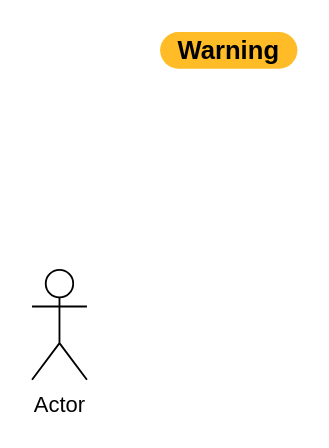
The draw.io diagram gohana-shop.drawio in TinkerUnicorn/drawio, before the edit. Source tidied: cells renumbered, new cells numbered last; positions are measured from the earlier drawing's top-left corner, leaving out a move shared by most shapes. Both pictures are drawn from the tidied source at 183%, with x=0, y=0 at pixel (31, 31).
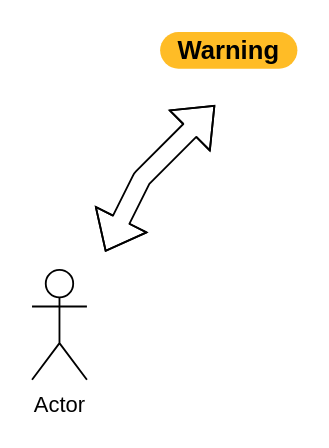
After the change.

What changed in the source:
```diff
@@
 <mxGraphModel>
   <root>
     <mxCell id="0" />
     <mxCell id="1" parent="0" />
     <mxCell id="2" value="Actor" style="shape=umlActor;verticalLabelPosition=bottom;verticalAlign=top;html=1;" parent="1" vertex="1">
       <mxGeometry y="130" width="30" height="60" as="geometry" />
     </mxCell>
     <mxCell id="3" value="Warning" style="rounded=1;whiteSpace=wrap;html=1;arcSize=50;strokeColor=none;strokeWidth=1;fillColor=#FFBC26;fontColor=#000000;whiteSpace=wrap;align=left;verticalAlign=middle;spacingLeft=0;fontStyle=1;fontSize=14;spacing=10;" parent="1" vertex="1">
       <mxGeometry x="70" width="75" height="20" as="geometry" />
     </mxCell>
+    <mxCell id="4" style="shape=flexArrow;endArrow=classic;startArrow=classic;html=1;" parent="1" edge="1">
+      <mxGeometry relative="1" as="geometry">
+        <mxPoint x="40" y="120" as="sourcePoint" />
+        <mxPoint x="100" y="40" as="targetPoint" />
+        <Array as="points">
+          <mxPoint x="60" y="80" />
+        </Array>
+      </mxGeometry>
+    </mxCell>
   </root>
 </mxGraphModel>
```
